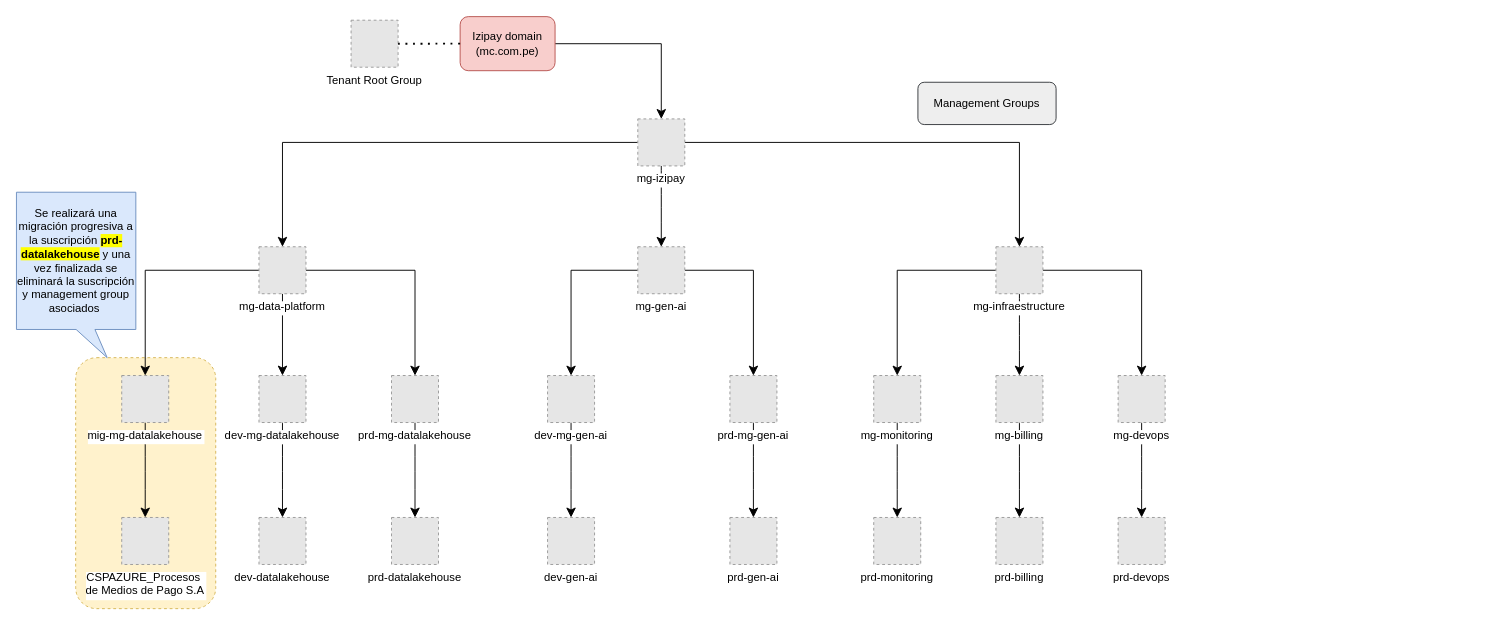
Above: page "Azure Data" (1 of 5) of Arquitectura Azure.drawio in jcdiazz/Diagramas (draw.io), before the change. Source tidied: cells renumbered, new cells numbered last; positions are measured from the earlier drawing's top-left corner, leaving out a move shared by most shapes. Both pictures are drawn from the tidied source at 94%, with x=0, y=0 at pixel (16, 16). Pictures stored in the file or linked from it are replaced by grey dashed boxes.
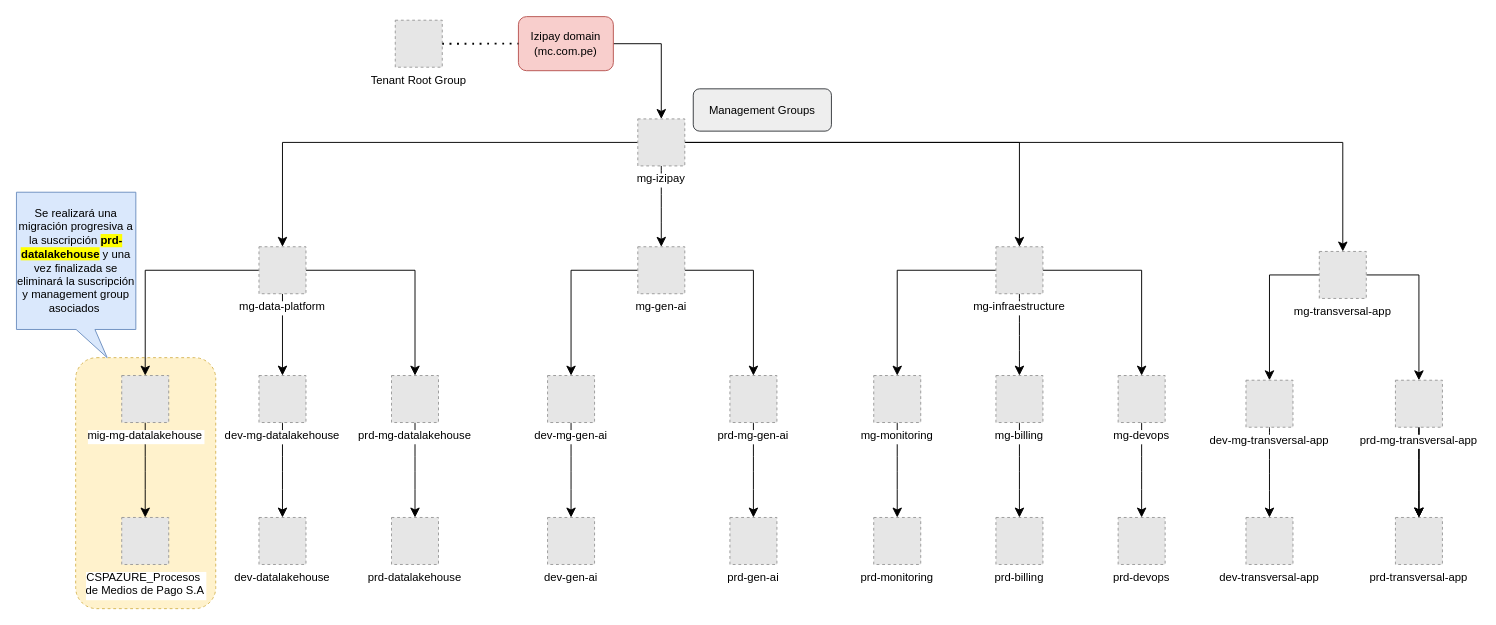
After the change.

The change refers to these unchanged cells:
```xml
<mxCell id="10" value="mg-izipay" style="fillColor=#E6E6E6;strokeColor=#999999;dashed=1;verticalLabelPosition=bottom;labelBackgroundColor=default;verticalAlign=top;rotation=0;" parent="1" vertex="1">
  <mxGeometry x="661" y="109" width="50" height="50" as="geometry" />
</mxCell>
```

Diff of the diagram source:
```diff
@@
     <mxCell id="3" value="Tenant Root Group" style="fillColor=#E6E6E6;strokeColor=#999999;dashed=1;verticalLabelPosition=bottom;labelBackgroundColor=default;verticalAlign=top;" parent="1" vertex="1">
-      <mxGeometry x="356" y="4" width="50" height="50" as="geometry" />
+      <mxGeometry x="403" y="4" width="50" height="50" as="geometry" />
     </mxCell>
@@
     <mxCell id="5" value="Izipay domain&lt;div&gt;(mc.com.pe)&lt;/div&gt;" style="rounded=1;whiteSpace=wrap;html=1;fillColor=#f8cecc;strokeColor=#b85450;" parent="1" vertex="1">
-      <mxGeometry x="472" y="0.2" width="101" height="57.5" as="geometry" />
+      <mxGeometry x="534" y="0.2" width="101" height="57.5" as="geometry" />
     </mxCell>
@@
+    <mxCell id="48" style="edgeStyle=orthogonalEdgeStyle;rounded=0;jettySize=auto;html=1;entryX=0.5;entryY=0;entryDx=0;entryDy=0;fontSize=12;startSize=8;endSize=8;" parent="1" edge="1" source="10" target="51">
+      <mxGeometry relative="1" as="geometry" />
+    </mxCell>
@@
     <mxCell id="43" value="Management Groups" style="rounded=1;whiteSpace=wrap;html=1;fillColor=#eeeeee;strokeColor=#36393d;" parent="1" vertex="1">
-      <mxGeometry x="959" y="70" width="147" height="45" as="geometry" />
+      <mxGeometry x="720" y="77" width="147" height="45" as="geometry" />
     </mxCell>
@@
+    <mxCell id="49" style="edgeStyle=orthogonalEdgeStyle;rounded=0;jettySize=auto;html=1;entryX=0.5;entryY=0;entryDx=0;entryDy=0;fontSize=12;startSize=8;endSize=8;" parent="1" edge="1" source="51" target="53">
+      <mxGeometry relative="1" as="geometry" />
+    </mxCell>
+    <mxCell id="50" style="edgeStyle=orthogonalEdgeStyle;rounded=0;jettySize=auto;html=1;entryX=0.5;entryY=0;entryDx=0;entryDy=0;fontSize=12;startSize=8;endSize=8;" parent="1" edge="1" source="51" target="57">
+      <mxGeometry relative="1" as="geometry" />
+    </mxCell>
+    <mxCell id="51" value="mg-transversal-app" style="fillColor=#E6E6E6;strokeColor=#999999;dashed=1;verticalLabelPosition=bottom;labelBackgroundColor=default;verticalAlign=top;rotation=0;" parent="1" vertex="1">
+      <mxGeometry x="1386" y="250" width="50" height="50" as="geometry" />
+    </mxCell>
+    <mxCell id="52" style="edgeStyle=none;curved=1;rounded=0;jettySize=auto;html=1;entryX=0.5;entryY=0;entryDx=0;entryDy=0;fontSize=12;startSize=8;endSize=8;" parent="1" edge="1" source="53" target="58">
+      <mxGeometry relative="1" as="geometry" />
+    </mxCell>
+    <mxCell id="53" value="dev-mg-transversal-app" style="fillColor=#E6E6E6;strokeColor=#999999;dashed=1;verticalLabelPosition=bottom;labelBackgroundColor=default;verticalAlign=top;rotation=0;" parent="1" vertex="1">
+      <mxGeometry x="1308" y="387" width="50" height="50" as="geometry" />
+    </mxCell>
+    <mxCell id="54" style="edgeStyle=none;curved=1;rounded=0;jettySize=auto;html=1;entryX=0.5;entryY=0;entryDx=0;entryDy=0;fontSize=12;startSize=8;endSize=8;" parent="1" edge="1" source="57" target="59">
+      <mxGeometry relative="1" as="geometry" />
+    </mxCell>
+    <mxCell id="55" style="edgeStyle=none;curved=1;rounded=0;jettySize=auto;html=1;fontSize=12;startSize=8;endSize=8;" parent="1" edge="1" source="57" target="59">
+      <mxGeometry relative="1" as="geometry" />
+    </mxCell>
+    <mxCell id="56" style="edgeStyle=none;curved=1;rounded=0;jettySize=auto;html=1;fontSize=12;startSize=8;endSize=8;" parent="1" edge="1" source="57" target="59">
+      <mxGeometry relative="1" as="geometry" />
+    </mxCell>
+    <mxCell id="57" value="prd-mg-transversal-app" style="fillColor=#E6E6E6;strokeColor=#999999;dashed=1;verticalLabelPosition=bottom;labelBackgroundColor=default;verticalAlign=top;rotation=0;" parent="1" vertex="1">
+      <mxGeometry x="1467" y="387" width="50" height="50" as="geometry" />
+    </mxCell>
+    <mxCell id="58" value="dev-transversal-app" style="fillColor=#E6E6E6;strokeColor=#999999;dashed=1;verticalLabelPosition=bottom;labelBackgroundColor=default;verticalAlign=top;rotation=0;" parent="1" vertex="1">
+      <mxGeometry x="1308" y="533" width="50" height="50" as="geometry" />
+    </mxCell>
+    <mxCell id="59" value="prd-transversal-app" style="fillColor=#E6E6E6;strokeColor=#999999;dashed=1;verticalLabelPosition=bottom;labelBackgroundColor=default;verticalAlign=top;rotation=0;" parent="1" vertex="1">
+      <mxGeometry x="1467" y="533" width="50" height="50" as="geometry" />
+    </mxCell>
```
